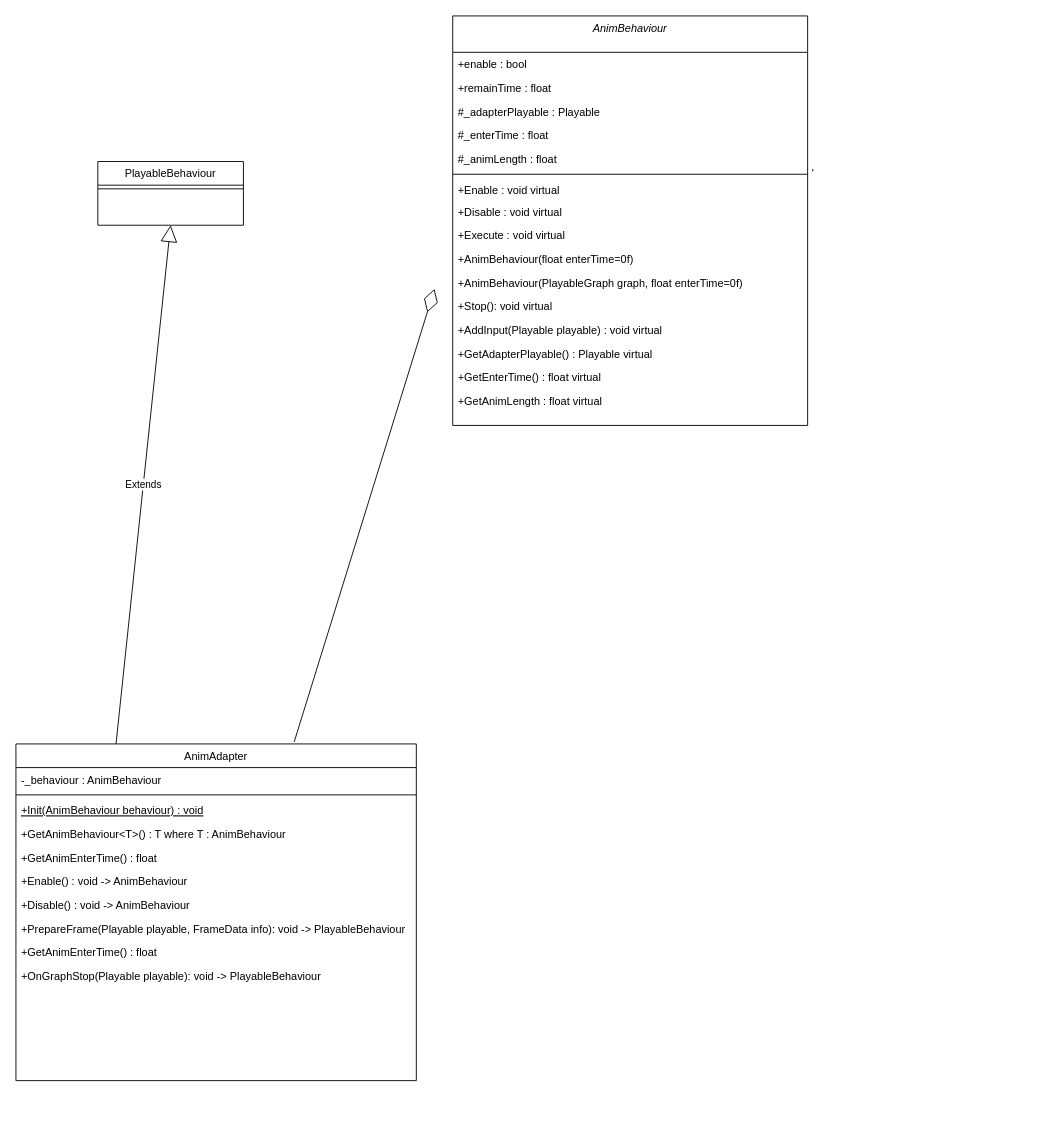
This is animation.drawio from QAQSly/QAQSly, a draw.io file, before an edit. Source tidied: cells renumbered, new cells numbered last; positions are measured from the earlier drawing's top-left corner, leaving out a move shared by most shapes. Both pictures are drawn from the tidied source at 91%, with x=0, y=0 at pixel (15, 15).
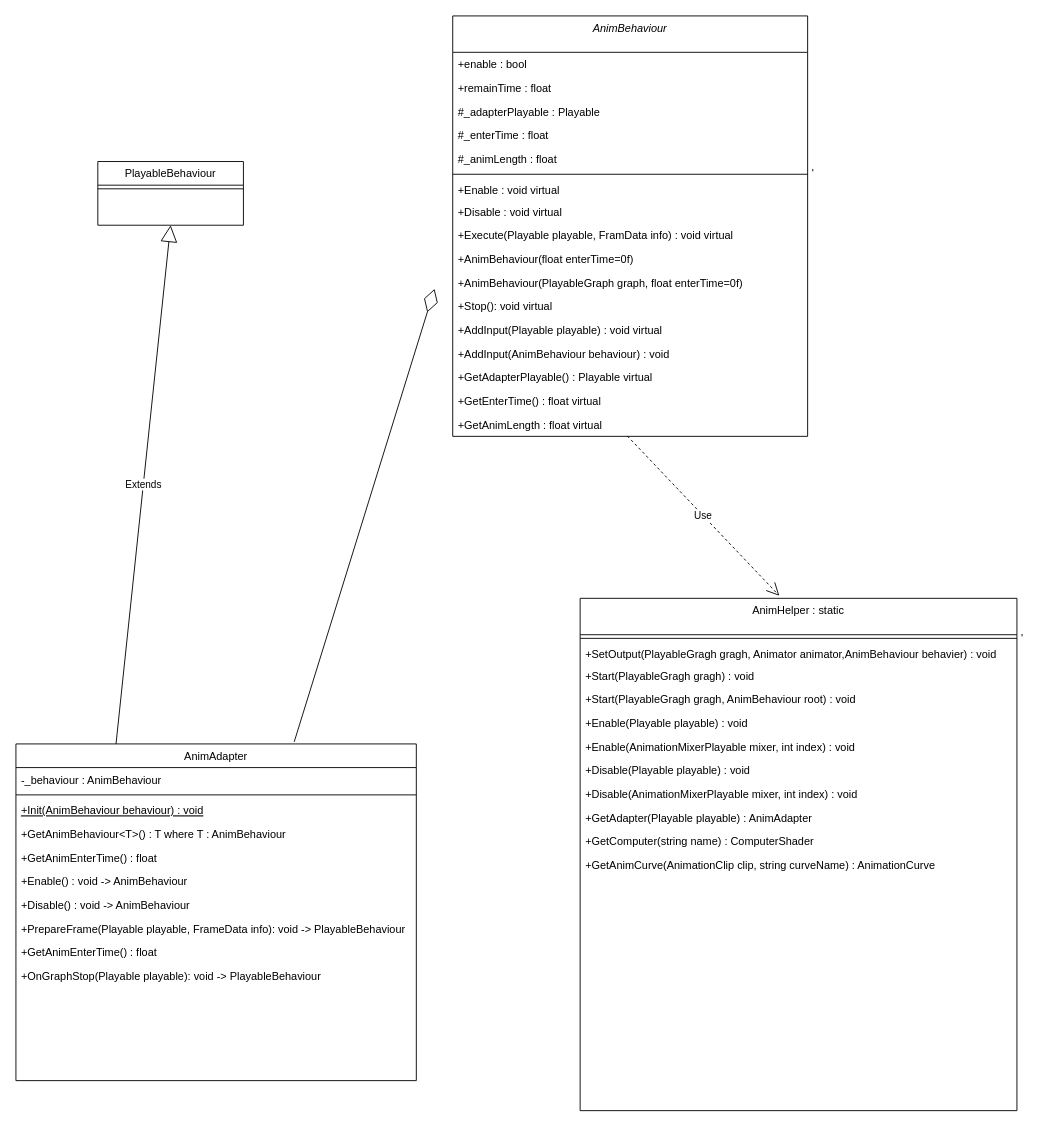
Above is the later version.

What changed in the source:
```diff
@@
     <mxCell id="2" value="AnimBehaviour" style="swimlane;fontStyle=2;align=center;verticalAlign=top;horizontal=1;startSize=40;rounded=0;shadow=0;strokeWidth=1;" parent="1" vertex="1">
-      <mxGeometry x="480" width="390" height="450" as="geometry" />
+      <mxGeometry x="480" width="390" height="462" as="geometry" />
     </mxCell>
@@
-    <mxCell id="11" value="+Execute : void virtual" style="text;align=left;verticalAlign=top;spacingLeft=4;spacingRight=4;overflow=hidden;" parent="2" vertex="1">
+    <mxCell id="11" value="+Execute(Playable playable, FramData info) : void virtual" style="text;align=left;verticalAlign=top;spacingLeft=4;spacingRight=4;overflow=hidden;" parent="2" vertex="1">
       <mxGeometry y="228" width="390" height="26" as="geometry" />
     </mxCell>
@@
+    <mxCell id="34" value="+AddInput(AnimBehaviour behaviour) : void" style="text;align=left;verticalAlign=top;spacingLeft=4;spacingRight=4;overflow=hidden;" parent="2" vertex="1">
+      <mxGeometry y="358" width="390" height="26" as="geometry" />
+    </mxCell>
     <mxCell id="16" value="+GetAdapterPlayable() : Playable virtual" style="text;align=left;verticalAlign=top;spacingLeft=4;spacingRight=4;overflow=hidden;" parent="2" vertex="1">
-      <mxGeometry y="358" width="390" height="26" as="geometry" />
+      <mxGeometry y="384" width="390" height="26" as="geometry" />
     </mxCell>
     <mxCell id="17" value="+GetEnterTime() : float virtual" style="text;align=left;verticalAlign=top;spacingLeft=4;spacingRight=4;overflow=hidden;" parent="2" vertex="1">
-      <mxGeometry y="384" width="390" height="26" as="geometry" />
+      <mxGeometry y="410" width="390" height="26" as="geometry" />
     </mxCell>
     <mxCell id="18" value="+GetAnimLength : float virtual" style="text;align=left;verticalAlign=top;spacingLeft=4;spacingRight=4;overflow=hidden;points=[[0,0.5],[1,0.5]];portConstraint=eastwest;" parent="2" vertex="1">
-      <mxGeometry y="410" width="390" height="26" as="geometry" />
+      <mxGeometry y="436" width="390" height="26" as="geometry" />
     </mxCell>
@@
+    <mxCell id="35" value="AnimHelper : static" style="swimlane;fontStyle=0;align=center;verticalAlign=top;horizontal=1;startSize=40;rounded=0;shadow=0;strokeWidth=1;" parent="1" vertex="1">
+      <mxGeometry x="620" y="640" width="480" height="563" as="geometry" />
+    </mxCell>
+    <mxCell id="36" value="'" style="line;html=1;strokeWidth=1;align=left;verticalAlign=middle;spacingTop=-1;spacingLeft=3;spacingRight=3;labelPosition=right;" parent="35" vertex="1">
+      <mxGeometry y="40" width="480" height="8" as="geometry" />
+    </mxCell>
+    <mxCell id="37" value="+SetOutput(PlayableGragh gragh, Animator animator,AnimBehaviour behavier) : void" style="text;align=left;verticalAlign=top;spacingLeft=4;spacingRight=4;overflow=hidden;" parent="35" vertex="1">
+      <mxGeometry y="48" width="480" height="24" as="geometry" />
+    </mxCell>
+    <mxCell id="38" value="+Start(PlayableGragh gragh) : void" style="text;align=left;verticalAlign=top;spacingLeft=4;spacingRight=4;overflow=hidden;" parent="35" vertex="1">
+      <mxGeometry y="72" width="480" height="26" as="geometry" />
+    </mxCell>
+    <mxCell id="39" value="+Start(PlayableGragh gragh, AnimBehaviour root) : void" style="text;align=left;verticalAlign=top;spacingLeft=4;spacingRight=4;overflow=hidden;" parent="35" vertex="1">
+      <mxGeometry y="98" width="480" height="26" as="geometry" />
+    </mxCell>
+    <mxCell id="40" value="+Enable(Playable playable) : void" style="text;align=left;verticalAlign=top;spacingLeft=4;spacingRight=4;overflow=hidden;" parent="35" vertex="1">
+      <mxGeometry y="124" width="480" height="26" as="geometry" />
+    </mxCell>
+    <mxCell id="41" value="+Enable(AnimationMixerPlayable mixer, int index) : void" style="text;align=left;verticalAlign=top;spacingLeft=4;spacingRight=4;overflow=hidden;" parent="35" vertex="1">
+      <mxGeometry y="150" width="480" height="26" as="geometry" />
+    </mxCell>
+    <mxCell id="42" value="+Disable(Playable playable) : void" style="text;align=left;verticalAlign=top;spacingLeft=4;spacingRight=4;overflow=hidden;" parent="35" vertex="1">
+      <mxGeometry y="176" width="480" height="26" as="geometry" />
+    </mxCell>
+    <mxCell id="43" value="+Disable(AnimationMixerPlayable mixer, int index) : void" style="text;align=left;verticalAlign=top;spacingLeft=4;spacingRight=4;overflow=hidden;" parent="35" vertex="1">
+      <mxGeometry y="202" width="480" height="26" as="geometry" />
+    </mxCell>
+    <mxCell id="44" value="+GetAdapter(Playable playable) : AnimAdapter" style="text;align=left;verticalAlign=top;spacingLeft=4;spacingRight=4;overflow=hidden;" parent="35" vertex="1">
+      <mxGeometry y="228" width="480" height="26" as="geometry" />
+    </mxCell>
+    <mxCell id="45" value="+GetComputer(string name) : ComputerShader" style="text;align=left;verticalAlign=top;spacingLeft=4;spacingRight=4;overflow=hidden;" parent="35" vertex="1">
+      <mxGeometry y="254" width="480" height="26" as="geometry" />
+    </mxCell>
+    <mxCell id="46" value="+GetAnimCurve(AnimationClip clip, string curveName) : AnimationCurve" style="text;align=left;verticalAlign=top;spacingLeft=4;spacingRight=4;overflow=hidden;" parent="35" vertex="1">
+      <mxGeometry y="280" width="480" height="26" as="geometry" />
+    </mxCell>
+    <mxCell id="47" value="Use" style="endArrow=open;endSize=12;dashed=1;html=1;rounded=0;entryX=0.456;entryY=-0.005;entryDx=0;entryDy=0;entryPerimeter=0;exitX=0.492;exitY=0.984;exitDx=0;exitDy=0;exitPerimeter=0;" parent="1" edge="1" source="18" target="35">
+      <mxGeometry relative="1" as="geometry" />
+    </mxCell>
```
